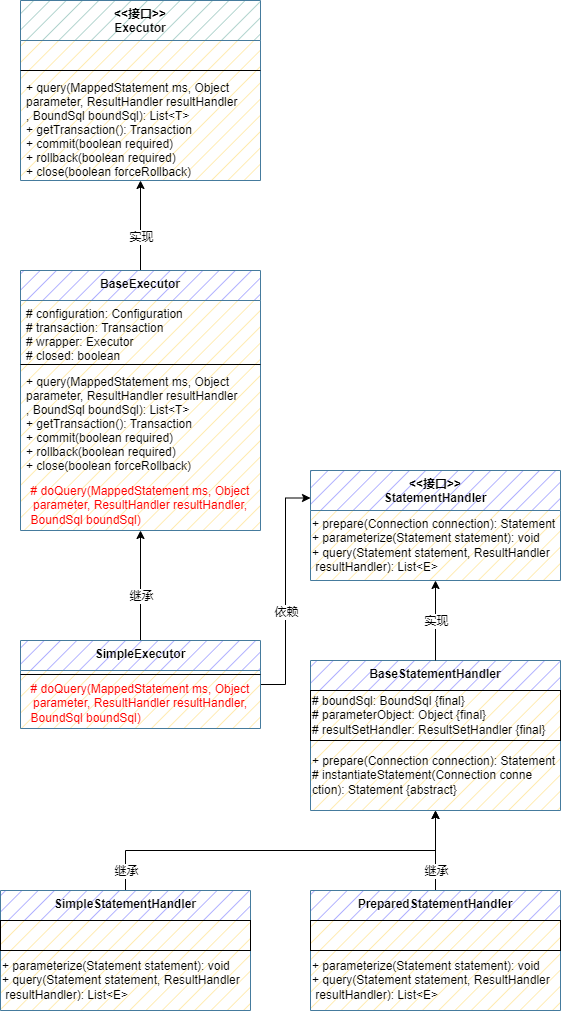
Before: wzz-mybatis/mybatis-step-06(Sql方法执行器).drawio.png, a diagram exported from draw.io (wsxzei/markdown-photos). Source tidied: cells renumbered, new cells last; positions are measured from the earlier drawing's top-left corner, leaving out a move shared by most shapes.
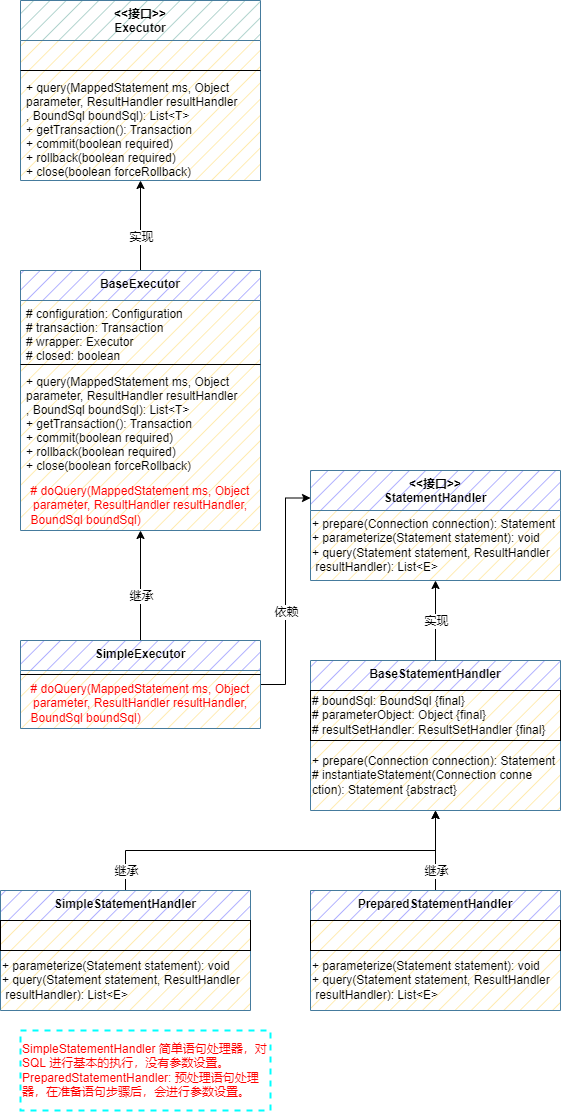
Later version of the same file.

Commit message:
更新mybatis-step-06(Sql方法执行器).drawio.png

Change to the diagram source:
```diff
@@ -119,5 +119,8 @@
     <mxCell id="37" value="继承" style="edgeLabel;html=1;align=center;verticalAlign=middle;fontColor=#000000;" parent="1" vertex="1">
       <mxGeometry x="125" y="870" as="geometry" />
     </mxCell>
+    <mxCell id="38" value="&lt;font color=&quot;#ff0000&quot;&gt;SimpleStatementHandler 简单语句处理器，对 SQL 进行基本的执行，没有参数设置。&lt;br&gt;PreparedStatementHandler: 预处理语句处理器，在准备语句步骤后，会进行参数设置。&lt;/font&gt;" style="rounded=0;whiteSpace=wrap;html=1;shadow=0;fillStyle=auto;fontColor=#000000;strokeColor=#00FFFF;fillColor=none;gradientColor=none;align=left;dashed=1;strokeWidth=2;" parent="1" vertex="1">
+      <mxGeometry x="20" y="1030" width="250" height="80" as="geometry" />
+    </mxCell>
   </root>
 </mxGraphModel>
```
